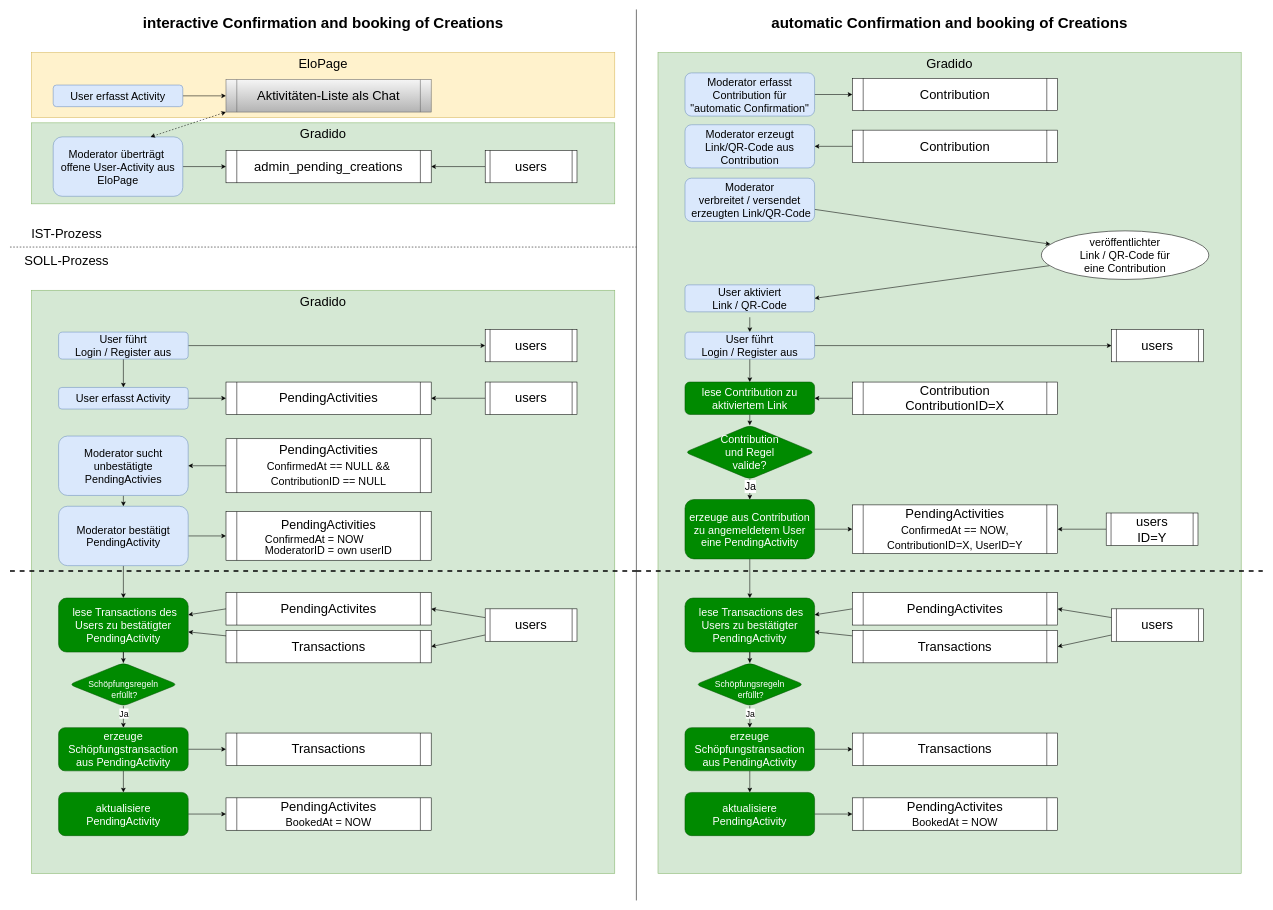
Earlier version of the draw.io diagram docu/Concepts/BusinessRequirements/graphics/Ablauf_manuelle_auto_Creations.drawio (gradido/gradido). Source tidied: cells renumbered, new cells numbered last; positions are measured from the earlier drawing's top-left corner, leaving out a move shared by most shapes. Both pictures are drawn from the tidied source at 54%, with x=0, y=0 at pixel (10, 9).
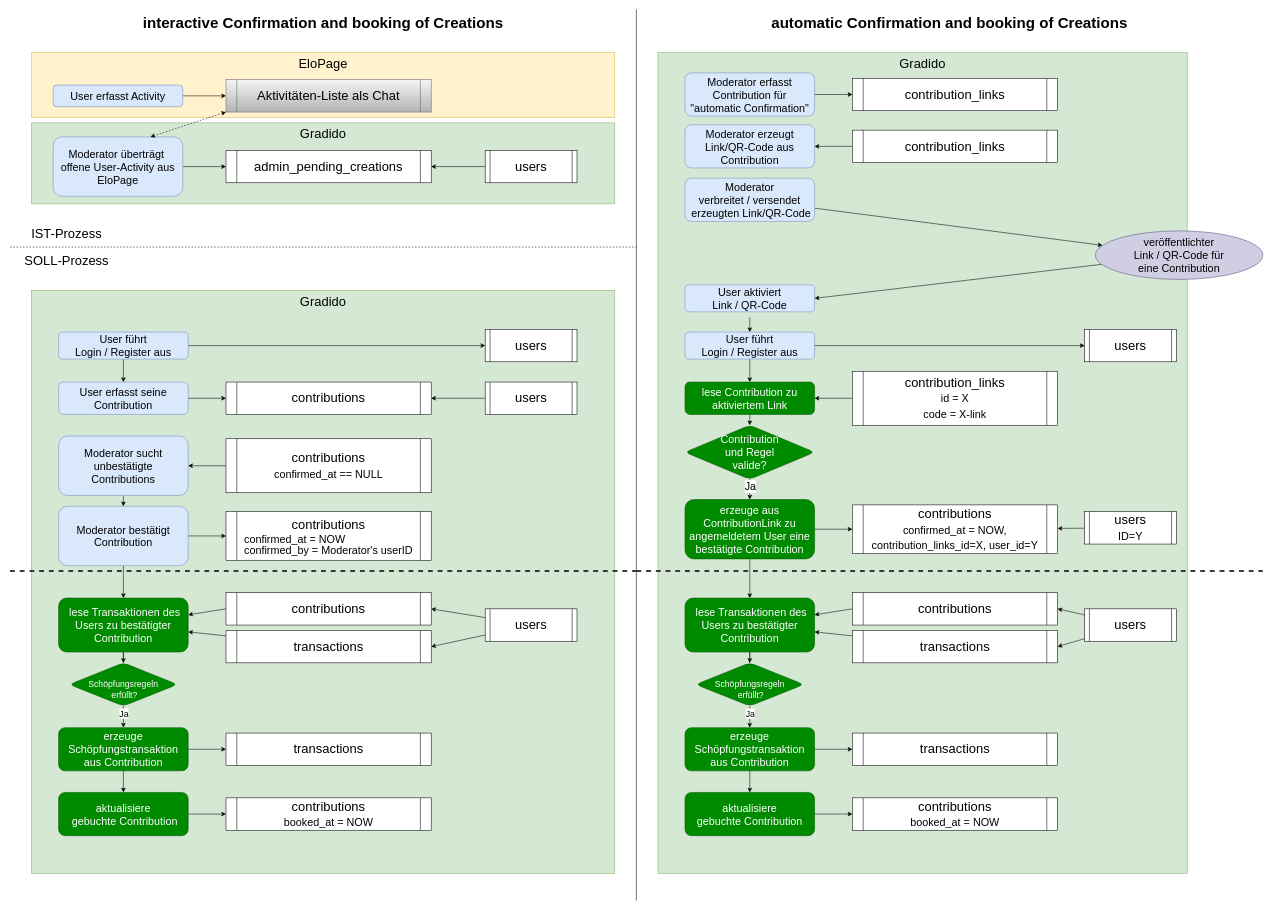
The same page after the edit.

The edit, as a diff of the source:
```diff
@@
-    <mxCell id="18" value="PendingActivities" style="shape=process;whiteSpace=wrap;html=1;backgroundOutline=1;fontSize=24;size=0.05263157894736842;" parent="1" vertex="1">
+    <mxCell id="18" value="contributions" style="shape=process;whiteSpace=wrap;html=1;backgroundOutline=1;fontSize=24;size=0.05263157894736842;" parent="1" vertex="1">
       <mxGeometry x="400" y="690" width="380" height="60" as="geometry" />
     </mxCell>
@@
-    <mxCell id="22" value="User erfasst Activity" style="rounded=1;whiteSpace=wrap;html=1;fontSize=20;fillColor=#dae8fc;strokeColor=#6c8ebf;" parent="1" vertex="1">
-      <mxGeometry x="90" y="700" width="240" height="40" as="geometry" />
+    <mxCell id="22" value="User erfasst seine Contribution" style="rounded=1;whiteSpace=wrap;html=1;fontSize=20;fillColor=#dae8fc;strokeColor=#6c8ebf;" parent="1" vertex="1">
+      <mxGeometry x="90" y="690" width="240" height="60" as="geometry" />
     </mxCell>
@@
-    <mxCell id="24" value="Moderator sucht unbestätigte PendingActivies" style="rounded=1;whiteSpace=wrap;html=1;fontSize=20;fillColor=#dae8fc;strokeColor=#6c8ebf;" parent="1" vertex="1">
+    <mxCell id="24" value="Moderator sucht unbestätigte &lt;br&gt;Contributions" style="rounded=1;whiteSpace=wrap;html=1;fontSize=20;fillColor=#dae8fc;strokeColor=#6c8ebf;" parent="1" vertex="1">
       <mxGeometry x="90" y="790" width="240" height="110" as="geometry" />
     </mxCell>
@@
-    <mxCell id="26" value="PendingActivities&lt;br style=&quot;font-size: 24px&quot;&gt;&lt;font style=&quot;font-size: 20px&quot;&gt;ConfirmedAt == NULL &amp;amp;&amp;amp; &lt;br&gt;ContributionID == NULL&lt;/font&gt;" style="shape=process;whiteSpace=wrap;html=1;backgroundOutline=1;fontSize=24;size=0.05263157894736842;" parent="1" vertex="1">
+    <mxCell id="26" value="contributions&lt;br style=&quot;font-size: 24px&quot;&gt;&lt;font style=&quot;font-size: 20px&quot;&gt;confirmed_at == NULL&lt;/font&gt;" style="shape=process;whiteSpace=wrap;html=1;backgroundOutline=1;fontSize=24;size=0.05263157894736842;" parent="1" vertex="1">
       <mxGeometry x="400" y="795" width="380" height="100" as="geometry" />
     </mxCell>
@@
-    <mxCell id="29" value="Moderator bestätigt PendingActivity" style="rounded=1;whiteSpace=wrap;html=1;fontSize=20;fillColor=#dae8fc;strokeColor=#6c8ebf;" parent="1" vertex="1">
+    <mxCell id="29" value="Moderator bestätigt Contribution" style="rounded=1;whiteSpace=wrap;html=1;fontSize=20;fillColor=#dae8fc;strokeColor=#6c8ebf;" parent="1" vertex="1">
       <mxGeometry x="90" y="920" width="240" height="110" as="geometry" />
     </mxCell>
-    <mxCell id="30" value="&lt;font style=&quot;font-size: 23px&quot;&gt;PendingActivities&lt;br&gt;&lt;/font&gt;&lt;div style=&quot;text-align: left ; font-size: 20px&quot;&gt;&lt;font style=&quot;font-size: 20px&quot;&gt;ConfirmedAt = NOW&lt;/font&gt;&lt;/div&gt;&lt;span style=&quot;line-height: 0.8 ; font-size: 20px&quot;&gt;&lt;div style=&quot;text-align: left&quot;&gt;&lt;font style=&quot;font-size: 20px&quot;&gt;ModeratorID = own userID&lt;/font&gt;&lt;/div&gt;&lt;/span&gt;" style="shape=process;whiteSpace=wrap;html=1;backgroundOutline=1;fontSize=24;size=0.05263157894736842;" parent="1" vertex="1">
+    <mxCell id="30" value="&lt;font style=&quot;font-size: 23px&quot;&gt;&lt;span style=&quot;font-size: 24px&quot;&gt;contributions&lt;/span&gt;&lt;br&gt;&lt;/font&gt;&lt;div style=&quot;text-align: left ; font-size: 20px&quot;&gt;&lt;font style=&quot;font-size: 20px&quot;&gt;confirmed_at = NOW&lt;/font&gt;&lt;/div&gt;&lt;span style=&quot;line-height: 0.8 ; font-size: 20px&quot;&gt;&lt;div style=&quot;text-align: left&quot;&gt;&lt;font style=&quot;font-size: 20px&quot;&gt;confirmed_by = Moderator's userID&lt;/font&gt;&lt;/div&gt;&lt;/span&gt;" style="shape=process;whiteSpace=wrap;html=1;backgroundOutline=1;fontSize=24;size=0.05263157894736842;" parent="1" vertex="1">
       <mxGeometry x="400" y="930" width="380" height="90" as="geometry" />
     </mxCell>
@@
-    <mxCell id="34" value="&amp;nbsp;lese Transactions des Users zu bestätigter&lt;br&gt;PendingActivity" style="rounded=1;whiteSpace=wrap;html=1;fontSize=20;fillColor=#008a00;strokeColor=#005700;fontColor=#ffffff;" parent="1" vertex="1">
+    <mxCell id="34" value="&amp;nbsp;lese Transaktionen des Users zu bestätigter&lt;br&gt;Contribution" style="rounded=1;whiteSpace=wrap;html=1;fontSize=20;fillColor=#008a00;strokeColor=#005700;fontColor=#ffffff;" parent="1" vertex="1">
       <mxGeometry x="90" y="1090" width="240" height="100" as="geometry" />
     </mxCell>
@@
-    <mxCell id="36" value="PendingActivites" style="shape=process;whiteSpace=wrap;html=1;backgroundOutline=1;fontSize=24;size=0.05263157894736842;" parent="1" vertex="1">
+    <mxCell id="36" value="contributions" style="shape=process;whiteSpace=wrap;html=1;backgroundOutline=1;fontSize=24;size=0.05263157894736842;" parent="1" vertex="1">
       <mxGeometry x="400" y="1080" width="380" height="60" as="geometry" />
     </mxCell>
@@
-    <mxCell id="41" value="Transactions" style="shape=process;whiteSpace=wrap;html=1;backgroundOutline=1;fontSize=24;size=0.05263157894736842;" parent="1" vertex="1">
+    <mxCell id="41" value="transactions" style="shape=process;whiteSpace=wrap;html=1;backgroundOutline=1;fontSize=24;size=0.05263157894736842;" parent="1" vertex="1">
       <mxGeometry x="400" y="1150" width="380" height="60" as="geometry" />
     </mxCell>
@@
-    <mxCell id="47" value="erzeuge Schöpfungstransaction&lt;br&gt;aus PendingActivity" style="rounded=1;whiteSpace=wrap;html=1;fontSize=20;fillColor=#008a00;strokeColor=#005700;fontColor=#ffffff;" parent="1" vertex="1">
+    <mxCell id="47" value="erzeuge Schöpfungstransaktion&lt;br&gt;aus Contribution" style="rounded=1;whiteSpace=wrap;html=1;fontSize=20;fillColor=#008a00;strokeColor=#005700;fontColor=#ffffff;" parent="1" vertex="1">
       <mxGeometry x="90" y="1330" width="240" height="80" as="geometry" />
     </mxCell>
@@
-    <mxCell id="50" value="Transactions" style="shape=process;whiteSpace=wrap;html=1;backgroundOutline=1;fontSize=24;size=0.05263157894736842;" parent="1" vertex="1">
+    <mxCell id="50" value="transactions" style="shape=process;whiteSpace=wrap;html=1;backgroundOutline=1;fontSize=24;size=0.05263157894736842;" parent="1" vertex="1">
       <mxGeometry x="400" y="1340" width="380" height="60" as="geometry" />
     </mxCell>
-    <mxCell id="51" value="PendingActivites&lt;br style=&quot;font-size: 24px&quot;&gt;&lt;span style=&quot;text-align: left&quot;&gt;&lt;font style=&quot;font-size: 20px&quot;&gt;BookedAt = NOW&lt;/font&gt;&lt;/span&gt;" style="shape=process;whiteSpace=wrap;html=1;backgroundOutline=1;fontSize=24;size=0.05263157894736842;" parent="1" vertex="1">
+    <mxCell id="51" value="contributions&lt;br style=&quot;font-size: 24px&quot;&gt;&lt;span style=&quot;text-align: left&quot;&gt;&lt;font style=&quot;font-size: 20px&quot;&gt;booked_at = NOW&lt;/font&gt;&lt;/span&gt;" style="shape=process;whiteSpace=wrap;html=1;backgroundOutline=1;fontSize=24;size=0.05263157894736842;" parent="1" vertex="1">
       <mxGeometry x="400" y="1460" width="380" height="60" as="geometry" />
     </mxCell>
@@
-    <mxCell id="53" value="aktualisiere PendingActivity" style="rounded=1;whiteSpace=wrap;html=1;fontSize=20;fillColor=#008a00;strokeColor=#005700;fontColor=#ffffff;" parent="1" vertex="1">
+    <mxCell id="53" value="aktualisiere &lt;br&gt;&amp;nbsp;gebuchte Contribution" style="rounded=1;whiteSpace=wrap;html=1;fontSize=20;fillColor=#008a00;strokeColor=#005700;fontColor=#ffffff;" parent="1" vertex="1">
       <mxGeometry x="90" y="1450" width="240" height="80" as="geometry" />
     </mxCell>
     <mxCell id="54" value="Gradido" style="rounded=0;whiteSpace=wrap;html=1;fontSize=24;fillColor=#d5e8d4;strokeColor=#82b366;verticalAlign=top;align=center;" parent="1" vertex="1">
-      <mxGeometry x="1200" y="80" width="1080" height="1520" as="geometry" />
+      <mxGeometry x="1200" y="80" width="980" height="1520" as="geometry" />
     </mxCell>
@@
-    <mxCell id="56" value="Contribution&lt;br style=&quot;font-size: 24px;&quot;&gt;&lt;span style=&quot;font-size: 24px;&quot;&gt;ContributionID=X&lt;/span&gt;" style="shape=process;whiteSpace=wrap;html=1;backgroundOutline=1;fontSize=24;size=0.05263157894736842;" parent="1" vertex="1">
-      <mxGeometry x="1560" y="690" width="380" height="60" as="geometry" />
+    <mxCell id="56" value="contribution_links&lt;br style=&quot;font-size: 24px&quot;&gt;&lt;span style=&quot;font-size: 20px&quot;&gt;id = X&lt;br&gt;code = X-link&lt;br&gt;&lt;/span&gt;" style="shape=process;whiteSpace=wrap;html=1;backgroundOutline=1;fontSize=24;size=0.05263157894736842;" parent="1" vertex="1">
+      <mxGeometry x="1560" y="670" width="380" height="100" as="geometry" />
     </mxCell>
@@
-    <mxCell id="58" value="users&lt;br style=&quot;font-size: 24px;&quot;&gt;&lt;span style=&quot;font-size: 24px;&quot;&gt;ID=Y&lt;/span&gt;" style="shape=process;whiteSpace=wrap;html=1;backgroundOutline=1;fontSize=24;size=0.05263157894736842;" parent="1" vertex="1">
-      <mxGeometry x="2030" y="932.5" width="170" height="60" as="geometry" />
+    <mxCell id="58" value="users&lt;br style=&quot;font-size: 24px&quot;&gt;&lt;font style=&quot;font-size: 20px&quot;&gt;ID=Y&lt;/font&gt;" style="shape=process;whiteSpace=wrap;html=1;backgroundOutline=1;fontSize=24;size=0.05263157894736842;" parent="1" vertex="1">
+      <mxGeometry x="1990" y="930" width="170" height="60" as="geometry" />
     </mxCell>
@@
-    <mxCell id="63" value="erzeuge aus Contribution zu angemeldetem User eine PendingActivity" style="rounded=1;whiteSpace=wrap;html=1;fontSize=20;fillColor=#008a00;strokeColor=#005700;fontColor=#ffffff;" parent="1" vertex="1">
+    <mxCell id="63" value="erzeuge aus ContributionLink zu angemeldetem User eine bestätigte Contribution" style="rounded=1;whiteSpace=wrap;html=1;fontSize=20;fillColor=#008a00;strokeColor=#005700;fontColor=#ffffff;" parent="1" vertex="1">
       <mxGeometry x="1250" y="907.5" width="240" height="110" as="geometry" />
     </mxCell>
-    <mxCell id="64" value="PendingActivities&lt;br style=&quot;font-size: 24px&quot;&gt;&lt;font style=&quot;font-size: 20px&quot;&gt;ConfirmedAt == NOW, ContributionID=X, UserID=Y&lt;/font&gt;" style="shape=process;whiteSpace=wrap;html=1;backgroundOutline=1;fontSize=24;size=0.05263157894736842;" parent="1" vertex="1">
+    <mxCell id="64" value="contributions&lt;br style=&quot;font-size: 24px&quot;&gt;&lt;font style=&quot;font-size: 20px&quot;&gt;confirmed_at = NOW, contribution_links_id=X, user_id=Y&lt;/font&gt;" style="shape=process;whiteSpace=wrap;html=1;backgroundOutline=1;fontSize=24;size=0.05263157894736842;" parent="1" vertex="1">
       <mxGeometry x="1560" y="917.5" width="380" height="90" as="geometry" />
     </mxCell>
@@
-    <mxCell id="69" value="&amp;nbsp;lese Transactions des Users zu bestätigter&lt;br&gt;PendingActivity" style="rounded=1;whiteSpace=wrap;html=1;fontSize=20;fillColor=#008a00;strokeColor=#005700;fontColor=#ffffff;" parent="1" vertex="1">
+    <mxCell id="69" value="&amp;nbsp;lese Transaktionen des Users zu bestätigter&lt;br&gt;Contribution" style="rounded=1;whiteSpace=wrap;html=1;fontSize=20;fillColor=#008a00;strokeColor=#005700;fontColor=#ffffff;" parent="1" vertex="1">
       <mxGeometry x="1250" y="1090" width="240" height="100" as="geometry" />
     </mxCell>
@@
-    <mxCell id="71" value="PendingActivites" style="shape=process;whiteSpace=wrap;html=1;backgroundOutline=1;fontSize=24;size=0.05263157894736842;" parent="1" vertex="1">
+    <mxCell id="71" value="contributions" style="shape=process;whiteSpace=wrap;html=1;backgroundOutline=1;fontSize=24;size=0.05263157894736842;" parent="1" vertex="1">
       <mxGeometry x="1560" y="1080" width="380" height="60" as="geometry" />
     </mxCell>
@@
     <mxCell id="74" value="users" style="shape=process;whiteSpace=wrap;html=1;backgroundOutline=1;fontSize=24;size=0.05263157894736842;" parent="1" vertex="1">
-      <mxGeometry x="2040" y="1110" width="170" height="60" as="geometry" />
+      <mxGeometry x="1990" y="1110" width="170" height="60" as="geometry" />
     </mxCell>
@@
-    <mxCell id="76" value="Transactions" style="shape=process;whiteSpace=wrap;html=1;backgroundOutline=1;fontSize=24;size=0.05263157894736842;" parent="1" vertex="1">
+    <mxCell id="76" value="transactions" style="shape=process;whiteSpace=wrap;html=1;backgroundOutline=1;fontSize=24;size=0.05263157894736842;" parent="1" vertex="1">
       <mxGeometry x="1560" y="1150" width="380" height="60" as="geometry" />
     </mxCell>
@@
-    <mxCell id="80" value="erzeuge Schöpfungstransaction&lt;br&gt;aus PendingActivity" style="rounded=1;whiteSpace=wrap;html=1;fontSize=20;fillColor=#008a00;strokeColor=#005700;fontColor=#ffffff;" parent="1" vertex="1">
+    <mxCell id="80" value="erzeuge Schöpfungstransaktion&lt;br&gt;aus Contribution" style="rounded=1;whiteSpace=wrap;html=1;fontSize=20;fillColor=#008a00;strokeColor=#005700;fontColor=#ffffff;" parent="1" vertex="1">
       <mxGeometry x="1250" y="1330" width="240" height="80" as="geometry" />
     </mxCell>
@@
-    <mxCell id="83" value="Transactions" style="shape=process;whiteSpace=wrap;html=1;backgroundOutline=1;fontSize=24;size=0.05263157894736842;" parent="1" vertex="1">
+    <mxCell id="83" value="transactions" style="shape=process;whiteSpace=wrap;html=1;backgroundOutline=1;fontSize=24;size=0.05263157894736842;" parent="1" vertex="1">
       <mxGeometry x="1560" y="1340" width="380" height="60" as="geometry" />
     </mxCell>
-    <mxCell id="84" value="PendingActivites&lt;br style=&quot;font-size: 24px&quot;&gt;&lt;span style=&quot;text-align: left&quot;&gt;&lt;font style=&quot;font-size: 20px&quot;&gt;BookedAt = NOW&lt;/font&gt;&lt;/span&gt;" style="shape=process;whiteSpace=wrap;html=1;backgroundOutline=1;fontSize=24;size=0.05263157894736842;" parent="1" vertex="1">
+    <mxCell id="84" value="contributions&lt;br style=&quot;font-size: 24px&quot;&gt;&lt;span style=&quot;text-align: left&quot;&gt;&lt;font style=&quot;font-size: 20px&quot;&gt;booked_at = NOW&lt;/font&gt;&lt;/span&gt;" style="shape=process;whiteSpace=wrap;html=1;backgroundOutline=1;fontSize=24;size=0.05263157894736842;" parent="1" vertex="1">
       <mxGeometry x="1560" y="1460" width="380" height="60" as="geometry" />
     </mxCell>
@@
-    <mxCell id="86" value="aktualisiere PendingActivity" style="rounded=1;whiteSpace=wrap;html=1;fontSize=20;fillColor=#008a00;strokeColor=#005700;fontColor=#ffffff;" parent="1" vertex="1">
+    <mxCell id="86" value="aktualisiere &lt;br&gt;gebuchte Contribution" style="rounded=1;whiteSpace=wrap;html=1;fontSize=20;fillColor=#008a00;strokeColor=#005700;fontColor=#ffffff;" parent="1" vertex="1">
       <mxGeometry x="1250" y="1450" width="240" height="80" as="geometry" />
     </mxCell>
@@
-    <mxCell id="89" value="Contribution" style="shape=process;whiteSpace=wrap;html=1;backgroundOutline=1;fontSize=24;size=0.05263157894736842;" parent="1" vertex="1">
+    <mxCell id="89" value="contribution_links" style="shape=process;whiteSpace=wrap;html=1;backgroundOutline=1;fontSize=24;size=0.05263157894736842;" parent="1" vertex="1">
       <mxGeometry x="1560" y="127.5" width="380" height="60" as="geometry" />
     </mxCell>
@@
-    <mxCell id="92" value="Contribution" style="shape=process;whiteSpace=wrap;html=1;backgroundOutline=1;fontSize=24;size=0.05263157894736842;" parent="1" vertex="1">
+    <mxCell id="92" value="contribution_links" style="shape=process;whiteSpace=wrap;html=1;backgroundOutline=1;fontSize=24;size=0.05263157894736842;" parent="1" vertex="1">
       <mxGeometry x="1560" y="223.5" width="380" height="60" as="geometry" />
     </mxCell>
@@
-    <mxCell id="96" value="veröffentlichter &lt;br&gt;Link / QR-Code für&lt;br&gt;eine Contribution" style="ellipse;whiteSpace=wrap;html=1;fontSize=20;rounded=1;" parent="1" vertex="1">
-      <mxGeometry x="1910" y="410" width="310" height="90" as="geometry" />
+    <mxCell id="96" value="veröffentlichter &lt;br&gt;Link / QR-Code für&lt;br&gt;eine Contribution" style="ellipse;whiteSpace=wrap;html=1;fontSize=20;rounded=1;fillColor=#d0cee2;strokeColor=#56517e;" parent="1" vertex="1">
+      <mxGeometry x="2010" y="410" width="310" height="90" as="geometry" />
     </mxCell>
@@
     <mxCell id="102" value="users" style="shape=process;whiteSpace=wrap;html=1;backgroundOutline=1;fontSize=24;size=0.05263157894736842;" parent="1" vertex="1">
-      <mxGeometry x="2040" y="592.5" width="170" height="60" as="geometry" />
+      <mxGeometry x="1990" y="592.5" width="170" height="60" as="geometry" />
     </mxCell>
```
